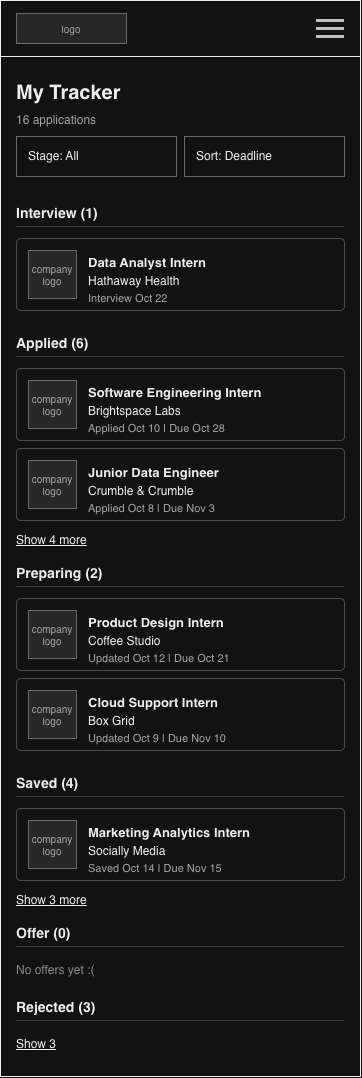
Above: ux-design/wireframes-15-tracker.drawio.png in agile-students-fall2026/CareerHive (draw.io), before the change. Source tidied: cells renumbered, new cells last; positions are measured from the earlier drawing's top-left corner, leaving out a move shared by most shapes.
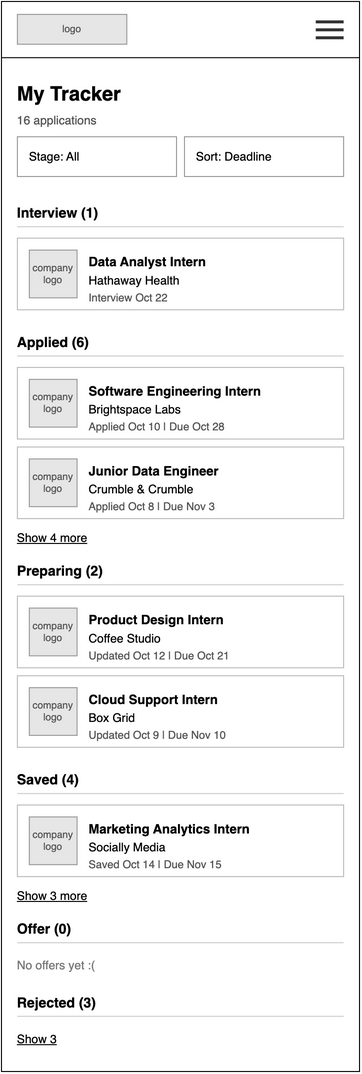
After the commit.

Diff of the diagram source:
```diff
@@ -19,9 +19,9 @@
     </mxCell>
-    <mxCell id="7" style="html=1;whiteSpace=wrap;fontFamily=Helvetica;fillColor=#000000;strokeColor=none;" parent="1" vertex="1">
+    <mxCell id="7" style="html=1;whiteSpace=wrap;fontFamily=Helvetica;fillColor=#000000;strokeColor=none;rounded=0;" parent="1" vertex="1">
       <mxGeometry y="56" width="360" height="1" as="geometry" />
     </mxCell>
-    <mxCell id="8" value="My Tracker" style="html=1;whiteSpace=wrap;fontFamily=Helvetica;text;strokeColor=none;fillColor=none;spacing=0;overflow=visible;fontSize=20;fontStyle=1;fontColor=#000000;align=left;verticalAlign=top;" parent="1" vertex="1">
+    <mxCell id="8" value="My Tracker" style="html=1;whiteSpace=wrap;fontFamily=Helvetica;text;strokeColor=none;fillColor=none;spacing=0;overflow=visible;fontSize=20;fontStyle=1;fontColor=#000000;align=left;verticalAlign=top;rounded=0;" parent="1" vertex="1">
       <mxGeometry x="16" y="76" width="328" height="28" as="geometry" />
     </mxCell>
-    <mxCell id="9" value="16 applications" style="html=1;whiteSpace=wrap;fontFamily=Helvetica;text;strokeColor=none;fillColor=none;spacing=0;overflow=visible;fontSize=12;fontStyle=0;fontColor=#555555;align=left;verticalAlign=top;" parent="1" vertex="1">
+    <mxCell id="9" value="16 applications" style="html=1;whiteSpace=wrap;fontFamily=Helvetica;text;strokeColor=none;fillColor=none;spacing=0;overflow=visible;fontSize=12;fontStyle=0;fontColor=#555555;align=left;verticalAlign=top;rounded=0;" parent="1" vertex="1">
       <mxGeometry x="16" y="108" width="328" height="16" as="geometry" />
@@ -34,3 +34,3 @@
     </mxCell>
-    <mxCell id="12" value="Interview (1)" style="html=1;whiteSpace=wrap;fontFamily=Helvetica;text;strokeColor=none;fillColor=none;spacing=0;overflow=visible;fontSize=14;fontStyle=1;fontColor=#000000;align=left;verticalAlign=top;" parent="1" vertex="1">
+    <mxCell id="12" value="Interview (1)" style="html=1;whiteSpace=wrap;fontFamily=Helvetica;text;strokeColor=none;fillColor=none;spacing=0;overflow=visible;fontSize=14;fontStyle=1;fontColor=#000000;align=left;verticalAlign=top;rounded=0;" parent="1" vertex="1">
       <mxGeometry x="16" y="200" width="328" height="18" as="geometry" />
@@ -40,3 +40,3 @@
     </mxCell>
-    <mxCell id="14" style="html=1;whiteSpace=wrap;fontFamily=Helvetica;rounded=1;arcSize=6;absoluteArcSize=0;fillColor=#FFFFFF;strokeColor=#BBBBBB;" parent="1" vertex="1">
+    <mxCell id="14" style="html=1;whiteSpace=wrap;fontFamily=Helvetica;rounded=0;arcSize=0;absoluteArcSize=0;fillColor=#FFFFFF;strokeColor=#BBBBBB;" parent="1" vertex="1">
       <mxGeometry x="16" y="238" width="328" height="72" as="geometry" />
@@ -46,12 +46,12 @@
     </mxCell>
-    <mxCell id="16" value="Data Analyst Intern" style="html=1;whiteSpace=wrap;fontFamily=Helvetica;text;strokeColor=none;fillColor=none;spacing=0;overflow=visible;fontSize=13;fontStyle=1;fontColor=#000000;align=left;verticalAlign=top;" parent="1" vertex="1">
+    <mxCell id="16" value="Data Analyst Intern" style="html=1;whiteSpace=wrap;fontFamily=Helvetica;text;strokeColor=none;fillColor=none;spacing=0;overflow=visible;fontSize=13;fontStyle=1;fontColor=#000000;align=left;verticalAlign=top;rounded=0;" parent="1" vertex="1">
       <mxGeometry x="88" y="250" width="244" height="18" as="geometry" />
     </mxCell>
-    <mxCell id="17" value="Hathaway Health" style="html=1;whiteSpace=wrap;fontFamily=Helvetica;text;strokeColor=none;fillColor=none;spacing=0;overflow=visible;fontSize=12;fontStyle=0;fontColor=#000000;align=left;verticalAlign=top;" parent="1" vertex="1">
+    <mxCell id="17" value="Hathaway Health" style="html=1;whiteSpace=wrap;fontFamily=Helvetica;text;strokeColor=none;fillColor=none;spacing=0;overflow=visible;fontSize=12;fontStyle=0;fontColor=#000000;align=left;verticalAlign=top;rounded=0;" parent="1" vertex="1">
       <mxGeometry x="88" y="269" width="244" height="16" as="geometry" />
     </mxCell>
-    <mxCell id="18" value="Interview Oct 22&amp;nbsp;" style="html=1;whiteSpace=wrap;fontFamily=Helvetica;text;strokeColor=none;fillColor=none;spacing=0;overflow=visible;fontSize=11;fontStyle=0;fontColor=#555555;align=left;verticalAlign=top;" parent="1" vertex="1">
+    <mxCell id="18" value="Interview Oct 22&amp;nbsp;" style="html=1;whiteSpace=wrap;fontFamily=Helvetica;text;strokeColor=none;fillColor=none;spacing=0;overflow=visible;fontSize=11;fontStyle=0;fontColor=#555555;align=left;verticalAlign=top;rounded=0;" parent="1" vertex="1">
       <mxGeometry x="88" y="287" width="244" height="16" as="geometry" />
     </mxCell>
-    <mxCell id="19" value="Applied (6)" style="html=1;whiteSpace=wrap;fontFamily=Helvetica;text;strokeColor=none;fillColor=none;spacing=0;overflow=visible;fontSize=14;fontStyle=1;fontColor=#000000;align=left;verticalAlign=top;" parent="1" vertex="1">
+    <mxCell id="19" value="Applied (6)" style="html=1;whiteSpace=wrap;fontFamily=Helvetica;text;strokeColor=none;fillColor=none;spacing=0;overflow=visible;fontSize=14;fontStyle=1;fontColor=#000000;align=left;verticalAlign=top;rounded=0;" parent="1" vertex="1">
       <mxGeometry x="16" y="330" width="328" height="18" as="geometry" />
@@ -61,3 +61,3 @@
     </mxCell>
-    <mxCell id="21" style="html=1;whiteSpace=wrap;fontFamily=Helvetica;rounded=1;arcSize=6;absoluteArcSize=0;fillColor=#FFFFFF;strokeColor=#BBBBBB;" parent="1" vertex="1">
+    <mxCell id="21" style="html=1;whiteSpace=wrap;fontFamily=Helvetica;rounded=0;arcSize=0;absoluteArcSize=0;fillColor=#FFFFFF;strokeColor=#BBBBBB;" parent="1" vertex="1">
       <mxGeometry x="16" y="368" width="328" height="72" as="geometry" />
@@ -67,12 +67,12 @@
     </mxCell>
-    <mxCell id="23" value="Software Engineering Intern" style="html=1;whiteSpace=wrap;fontFamily=Helvetica;text;strokeColor=none;fillColor=none;spacing=0;overflow=visible;fontSize=13;fontStyle=1;fontColor=#000000;align=left;verticalAlign=top;" parent="1" vertex="1">
+    <mxCell id="23" value="Software Engineering Intern" style="html=1;whiteSpace=wrap;fontFamily=Helvetica;text;strokeColor=none;fillColor=none;spacing=0;overflow=visible;fontSize=13;fontStyle=1;fontColor=#000000;align=left;verticalAlign=top;rounded=0;" parent="1" vertex="1">
       <mxGeometry x="88" y="380" width="244" height="18" as="geometry" />
     </mxCell>
-    <mxCell id="24" value="Brightspace Labs" style="html=1;whiteSpace=wrap;fontFamily=Helvetica;text;strokeColor=none;fillColor=none;spacing=0;overflow=visible;fontSize=12;fontStyle=0;fontColor=#000000;align=left;verticalAlign=top;" parent="1" vertex="1">
+    <mxCell id="24" value="Brightspace Labs" style="html=1;whiteSpace=wrap;fontFamily=Helvetica;text;strokeColor=none;fillColor=none;spacing=0;overflow=visible;fontSize=12;fontStyle=0;fontColor=#000000;align=left;verticalAlign=top;rounded=0;" parent="1" vertex="1">
       <mxGeometry x="88" y="399" width="244" height="16" as="geometry" />
     </mxCell>
-    <mxCell id="25" value="Applied Oct 10 | Due Oct 28" style="html=1;whiteSpace=wrap;fontFamily=Helvetica;text;strokeColor=none;fillColor=none;spacing=0;overflow=visible;fontSize=11;fontStyle=0;fontColor=#555555;align=left;verticalAlign=top;" parent="1" vertex="1">
+    <mxCell id="25" value="Applied Oct 10 | Due Oct 28" style="html=1;whiteSpace=wrap;fontFamily=Helvetica;text;strokeColor=none;fillColor=none;spacing=0;overflow=visible;fontSize=11;fontStyle=0;fontColor=#555555;align=left;verticalAlign=top;rounded=0;" parent="1" vertex="1">
       <mxGeometry x="88" y="417" width="244" height="16" as="geometry" />
     </mxCell>
-    <mxCell id="26" style="html=1;whiteSpace=wrap;fontFamily=Helvetica;rounded=1;arcSize=6;absoluteArcSize=0;fillColor=#FFFFFF;strokeColor=#BBBBBB;" parent="1" vertex="1">
+    <mxCell id="26" style="html=1;whiteSpace=wrap;fontFamily=Helvetica;rounded=0;arcSize=0;absoluteArcSize=0;fillColor=#FFFFFF;strokeColor=#BBBBBB;" parent="1" vertex="1">
       <mxGeometry x="16" y="448" width="328" height="72" as="geometry" />
@@ -82,15 +82,15 @@
     </mxCell>
-    <mxCell id="28" value="Junior Data Engineer" style="html=1;whiteSpace=wrap;fontFamily=Helvetica;text;strokeColor=none;fillColor=none;spacing=0;overflow=visible;fontSize=13;fontStyle=1;fontColor=#000000;align=left;verticalAlign=top;" parent="1" vertex="1">
+    <mxCell id="28" value="Junior Data Engineer" style="html=1;whiteSpace=wrap;fontFamily=Helvetica;text;strokeColor=none;fillColor=none;spacing=0;overflow=visible;fontSize=13;fontStyle=1;fontColor=#000000;align=left;verticalAlign=top;rounded=0;" parent="1" vertex="1">
       <mxGeometry x="88" y="460" width="244" height="18" as="geometry" />
     </mxCell>
-    <mxCell id="29" value="Crumble &amp;amp; Crumble" style="html=1;whiteSpace=wrap;fontFamily=Helvetica;text;strokeColor=none;fillColor=none;spacing=0;overflow=visible;fontSize=12;fontStyle=0;fontColor=#000000;align=left;verticalAlign=top;" parent="1" vertex="1">
+    <mxCell id="29" value="Crumble &amp;amp; Crumble" style="html=1;whiteSpace=wrap;fontFamily=Helvetica;text;strokeColor=none;fillColor=none;spacing=0;overflow=visible;fontSize=12;fontStyle=0;fontColor=#000000;align=left;verticalAlign=top;rounded=0;" parent="1" vertex="1">
       <mxGeometry x="88" y="479" width="244" height="16" as="geometry" />
     </mxCell>
-    <mxCell id="30" value="Applied Oct 8 | Due Nov 3" style="html=1;whiteSpace=wrap;fontFamily=Helvetica;text;strokeColor=none;fillColor=none;spacing=0;overflow=visible;fontSize=11;fontStyle=0;fontColor=#555555;align=left;verticalAlign=top;" parent="1" vertex="1">
+    <mxCell id="30" value="Applied Oct 8 | Due Nov 3" style="html=1;whiteSpace=wrap;fontFamily=Helvetica;text;strokeColor=none;fillColor=none;spacing=0;overflow=visible;fontSize=11;fontStyle=0;fontColor=#555555;align=left;verticalAlign=top;rounded=0;" parent="1" vertex="1">
       <mxGeometry x="88" y="497" width="244" height="16" as="geometry" />
     </mxCell>
-    <mxCell id="31" value="Show 4 more" style="html=1;whiteSpace=wrap;fontFamily=Helvetica;text;strokeColor=none;fillColor=none;spacing=0;overflow=visible;fontSize=12;fontStyle=4;fontColor=#000000;align=left;verticalAlign=top;" parent="1" vertex="1">
+    <mxCell id="31" value="Show 4 more" style="html=1;whiteSpace=wrap;fontFamily=Helvetica;text;strokeColor=none;fillColor=none;spacing=0;overflow=visible;fontSize=12;fontStyle=4;fontColor=#000000;align=left;verticalAlign=top;rounded=0;" parent="1" vertex="1">
       <mxGeometry x="16" y="528" width="328" height="16" as="geometry" />
     </mxCell>
-    <mxCell id="32" value="Preparing (2)" style="html=1;whiteSpace=wrap;fontFamily=Helvetica;text;strokeColor=none;fillColor=none;spacing=0;overflow=visible;fontSize=14;fontStyle=1;fontColor=#000000;align=left;verticalAlign=top;" parent="1" vertex="1">
+    <mxCell id="32" value="Preparing (2)" style="html=1;whiteSpace=wrap;fontFamily=Helvetica;text;strokeColor=none;fillColor=none;spacing=0;overflow=visible;fontSize=14;fontStyle=1;fontColor=#000000;align=left;verticalAlign=top;rounded=0;" parent="1" vertex="1">
       <mxGeometry x="16" y="560" width="328" height="18" as="geometry" />
@@ -100,3 +100,3 @@
     </mxCell>
-    <mxCell id="34" style="html=1;whiteSpace=wrap;fontFamily=Helvetica;rounded=1;arcSize=6;absoluteArcSize=0;fillColor=#FFFFFF;strokeColor=#BBBBBB;" parent="1" vertex="1">
+    <mxCell id="34" style="html=1;whiteSpace=wrap;fontFamily=Helvetica;rounded=0;arcSize=0;absoluteArcSize=0;fillColor=#FFFFFF;strokeColor=#BBBBBB;" parent="1" vertex="1">
       <mxGeometry x="16" y="598" width="328" height="72" as="geometry" />
@@ -106,12 +106,12 @@
     </mxCell>
-    <mxCell id="36" value="Product Design Intern" style="html=1;whiteSpace=wrap;fontFamily=Helvetica;text;strokeColor=none;fillColor=none;spacing=0;overflow=visible;fontSize=13;fontStyle=1;fontColor=#000000;align=left;verticalAlign=top;" parent="1" vertex="1">
+    <mxCell id="36" value="Product Design Intern" style="html=1;whiteSpace=wrap;fontFamily=Helvetica;text;strokeColor=none;fillColor=none;spacing=0;overflow=visible;fontSize=13;fontStyle=1;fontColor=#000000;align=left;verticalAlign=top;rounded=0;" parent="1" vertex="1">
       <mxGeometry x="88" y="610" width="244" height="18" as="geometry" />
     </mxCell>
-    <mxCell id="37" value="Coffee Studio" style="html=1;whiteSpace=wrap;fontFamily=Helvetica;text;strokeColor=none;fillColor=none;spacing=0;overflow=visible;fontSize=12;fontStyle=0;fontColor=#000000;align=left;verticalAlign=top;" parent="1" vertex="1">
+    <mxCell id="37" value="Coffee Studio" style="html=1;whiteSpace=wrap;fontFamily=Helvetica;text;strokeColor=none;fillColor=none;spacing=0;overflow=visible;fontSize=12;fontStyle=0;fontColor=#000000;align=left;verticalAlign=top;rounded=0;" parent="1" vertex="1">
       <mxGeometry x="88" y="629" width="244" height="16" as="geometry" />
     </mxCell>
-    <mxCell id="38" value="Updated Oct 12 | Due Oct 21" style="html=1;whiteSpace=wrap;fontFamily=Helvetica;text;strokeColor=none;fillColor=none;spacing=0;overflow=visible;fontSize=11;fontStyle=0;fontColor=#555555;align=left;verticalAlign=top;" parent="1" vertex="1">
+    <mxCell id="38" value="Updated Oct 12 | Due Oct 21" style="html=1;whiteSpace=wrap;fontFamily=Helvetica;text;strokeColor=none;fillColor=none;spacing=0;overflow=visible;fontSize=11;fontStyle=0;fontColor=#555555;align=left;verticalAlign=top;rounded=0;" parent="1" vertex="1">
       <mxGeometry x="88" y="647" width="244" height="16" as="geometry" />
     </mxCell>
-    <mxCell id="39" style="html=1;whiteSpace=wrap;fontFamily=Helvetica;rounded=1;arcSize=6;absoluteArcSize=0;fillColor=#FFFFFF;strokeColor=#BBBBBB;" parent="1" vertex="1">
+    <mxCell id="39" style="html=1;whiteSpace=wrap;fontFamily=Helvetica;rounded=0;arcSize=0;absoluteArcSize=0;fillColor=#FFFFFF;strokeColor=#BBBBBB;" parent="1" vertex="1">
       <mxGeometry x="16" y="678" width="328" height="72" as="geometry" />
@@ -121,12 +121,12 @@
     </mxCell>
-    <mxCell id="41" value="Cloud Support Intern" style="html=1;whiteSpace=wrap;fontFamily=Helvetica;text;strokeColor=none;fillColor=none;spacing=0;overflow=visible;fontSize=13;fontStyle=1;fontColor=#000000;align=left;verticalAlign=top;" parent="1" vertex="1">
+    <mxCell id="41" value="Cloud Support Intern" style="html=1;whiteSpace=wrap;fontFamily=Helvetica;text;strokeColor=none;fillColor=none;spacing=0;overflow=visible;fontSize=13;fontStyle=1;fontColor=#000000;align=left;verticalAlign=top;rounded=0;" parent="1" vertex="1">
       <mxGeometry x="88" y="690" width="244" height="18" as="geometry" />
     </mxCell>
-    <mxCell id="42" value="Box Grid" style="html=1;whiteSpace=wrap;fontFamily=Helvetica;text;strokeColor=none;fillColor=none;spacing=0;overflow=visible;fontSize=12;fontStyle=0;fontColor=#000000;align=left;verticalAlign=top;" parent="1" vertex="1">
+    <mxCell id="42" value="Box Grid" style="html=1;whiteSpace=wrap;fontFamily=Helvetica;text;strokeColor=none;fillColor=none;spacing=0;overflow=visible;fontSize=12;fontStyle=0;fontColor=#000000;align=left;verticalAlign=top;rounded=0;" parent="1" vertex="1">
       <mxGeometry x="88" y="709" width="244" height="16" as="geometry" />
     </mxCell>
-    <mxCell id="43" value="Updated Oct 9 | Due Nov 10" style="html=1;whiteSpace=wrap;fontFamily=Helvetica;text;strokeColor=none;fillColor=none;spacing=0;overflow=visible;fontSize=11;fontStyle=0;fontColor=#555555;align=left;verticalAlign=top;" parent="1" vertex="1">
+    <mxCell id="43" value="Updated Oct 9 | Due Nov 10" style="html=1;whiteSpace=wrap;fontFamily=Helvetica;text;strokeColor=none;fillColor=none;spacing=0;overflow=visible;fontSize=11;fontStyle=0;fontColor=#555555;align=left;verticalAlign=top;rounded=0;" parent="1" vertex="1">
       <mxGeometry x="88" y="727" width="244" height="16" as="geometry" />
     </mxCell>
-    <mxCell id="44" value="Saved (4)" style="html=1;whiteSpace=wrap;fontFamily=Helvetica;text;strokeColor=none;fillColor=none;spacing=0;overflow=visible;fontSize=14;fontStyle=1;fontColor=#000000;align=left;verticalAlign=top;" parent="1" vertex="1">
+    <mxCell id="44" value="Saved (4)" style="html=1;whiteSpace=wrap;fontFamily=Helvetica;text;strokeColor=none;fillColor=none;spacing=0;overflow=visible;fontSize=14;fontStyle=1;fontColor=#000000;align=left;verticalAlign=top;rounded=0;" parent="1" vertex="1">
       <mxGeometry x="16" y="770" width="328" height="18" as="geometry" />
@@ -136,3 +136,3 @@
     </mxCell>
-    <mxCell id="46" style="html=1;whiteSpace=wrap;fontFamily=Helvetica;rounded=1;arcSize=6;absoluteArcSize=0;fillColor=#FFFFFF;strokeColor=#BBBBBB;" parent="1" vertex="1">
+    <mxCell id="46" style="html=1;whiteSpace=wrap;fontFamily=Helvetica;rounded=0;arcSize=0;absoluteArcSize=0;fillColor=#FFFFFF;strokeColor=#BBBBBB;" parent="1" vertex="1">
       <mxGeometry x="16" y="808" width="328" height="72" as="geometry" />
@@ -142,15 +142,15 @@
     </mxCell>
-    <mxCell id="48" value="Marketing Analytics Intern" style="html=1;whiteSpace=wrap;fontFamily=Helvetica;text;strokeColor=none;fillColor=none;spacing=0;overflow=visible;fontSize=13;fontStyle=1;fontColor=#000000;align=left;verticalAlign=top;" parent="1" vertex="1">
+    <mxCell id="48" value="Marketing Analytics Intern" style="html=1;whiteSpace=wrap;fontFamily=Helvetica;text;strokeColor=none;fillColor=none;spacing=0;overflow=visible;fontSize=13;fontStyle=1;fontColor=#000000;align=left;verticalAlign=top;rounded=0;" parent="1" vertex="1">
       <mxGeometry x="88" y="820" width="244" height="18" as="geometry" />
     </mxCell>
-    <mxCell id="49" value="Socially Media" style="html=1;whiteSpace=wrap;fontFamily=Helvetica;text;strokeColor=none;fillColor=none;spacing=0;overflow=visible;fontSize=12;fontStyle=0;fontColor=#000000;align=left;verticalAlign=top;" parent="1" vertex="1">
+    <mxCell id="49" value="Socially Media" style="html=1;whiteSpace=wrap;fontFamily=Helvetica;text;strokeColor=none;fillColor=none;spacing=0;overflow=visible;fontSize=12;fontStyle=0;fontColor=#000000;align=left;verticalAlign=top;rounded=0;" parent="1" vertex="1">
       <mxGeometry x="88" y="839" width="244" height="16" as="geometry" />
     </mxCell>
-    <mxCell id="50" value="Saved Oct 14 | Due Nov 15" style="html=1;whiteSpace=wrap;fontFamily=Helvetica;text;strokeColor=none;fillColor=none;spacing=0;overflow=visible;fontSize=11;fontStyle=0;fontColor=#555555;align=left;verticalAlign=top;" parent="1" vertex="1">
+    <mxCell id="50" value="Saved Oct 14 | Due Nov 15" style="html=1;whiteSpace=wrap;fontFamily=Helvetica;text;strokeColor=none;fillColor=none;spacing=0;overflow=visible;fontSize=11;fontStyle=0;fontColor=#555555;align=left;verticalAlign=top;rounded=0;" parent="1" vertex="1">
       <mxGeometry x="88" y="857" width="244" height="16" as="geometry" />
     </mxCell>
-    <mxCell id="51" value="Show 3 more" style="html=1;whiteSpace=wrap;fontFamily=Helvetica;text;strokeColor=none;fillColor=none;spacing=0;overflow=visible;fontSize=12;fontStyle=4;fontColor=#000000;align=left;verticalAlign=top;" parent="1" vertex="1">
+    <mxCell id="51" value="Show 3 more" style="html=1;whiteSpace=wrap;fontFamily=Helvetica;text;strokeColor=none;fillColor=none;spacing=0;overflow=visible;fontSize=12;fontStyle=4;fontColor=#000000;align=left;verticalAlign=top;rounded=0;" parent="1" vertex="1">
       <mxGeometry x="16" y="888" width="328" height="16" as="geometry" />
     </mxCell>
-    <mxCell id="52" value="Offer (0)" style="html=1;whiteSpace=wrap;fontFamily=Helvetica;text;strokeColor=none;fillColor=none;spacing=0;overflow=visible;fontSize=14;fontStyle=1;fontColor=#000000;align=left;verticalAlign=top;" parent="1" vertex="1">
+    <mxCell id="52" value="Offer (0)" style="html=1;whiteSpace=wrap;fontFamily=Helvetica;text;strokeColor=none;fillColor=none;spacing=0;overflow=visible;fontSize=14;fontStyle=1;fontColor=#000000;align=left;verticalAlign=top;rounded=0;" parent="1" vertex="1">
       <mxGeometry x="16" y="920" width="328" height="18" as="geometry" />
@@ -160,6 +160,6 @@
     </mxCell>
-    <mxCell id="54" value="No offers yet :(" style="html=1;whiteSpace=wrap;fontFamily=Helvetica;text;strokeColor=none;fillColor=none;spacing=0;overflow=visible;fontSize=12;fontStyle=0;fontColor=#777777;align=left;verticalAlign=top;" parent="1" vertex="1">
+    <mxCell id="54" value="No offers yet :(" style="html=1;whiteSpace=wrap;fontFamily=Helvetica;text;strokeColor=none;fillColor=none;spacing=0;overflow=visible;fontSize=12;fontStyle=0;fontColor=#777777;align=left;verticalAlign=top;rounded=0;" parent="1" vertex="1">
       <mxGeometry x="16" y="958" width="328" height="16" as="geometry" />
     </mxCell>
-    <mxCell id="55" value="Rejected (3)" style="html=1;whiteSpace=wrap;fontFamily=Helvetica;text;strokeColor=none;fillColor=none;spacing=0;overflow=visible;fontSize=14;fontStyle=1;fontColor=#000000;align=left;verticalAlign=top;" parent="1" vertex="1">
+    <mxCell id="55" value="Rejected (3)" style="html=1;whiteSpace=wrap;fontFamily=Helvetica;text;strokeColor=none;fillColor=none;spacing=0;overflow=visible;fontSize=14;fontStyle=1;fontColor=#000000;align=left;verticalAlign=top;rounded=0;" parent="1" vertex="1">
       <mxGeometry x="16" y="994" width="328" height="18" as="geometry" />
@@ -169,3 +169,3 @@
     </mxCell>
-    <mxCell id="57" value="Show 3" style="html=1;whiteSpace=wrap;fontFamily=Helvetica;text;strokeColor=none;fillColor=none;spacing=0;overflow=visible;fontSize=12;fontStyle=4;fontColor=#000000;align=left;verticalAlign=top;" parent="1" vertex="1">
+    <mxCell id="57" value="Show 3" style="html=1;whiteSpace=wrap;fontFamily=Helvetica;text;strokeColor=none;fillColor=none;spacing=0;overflow=visible;fontSize=12;fontStyle=4;fontColor=#000000;align=left;verticalAlign=top;rounded=0;" parent="1" vertex="1">
       <mxGeometry x="16" y="1032" width="328" height="16" as="geometry" />
```
